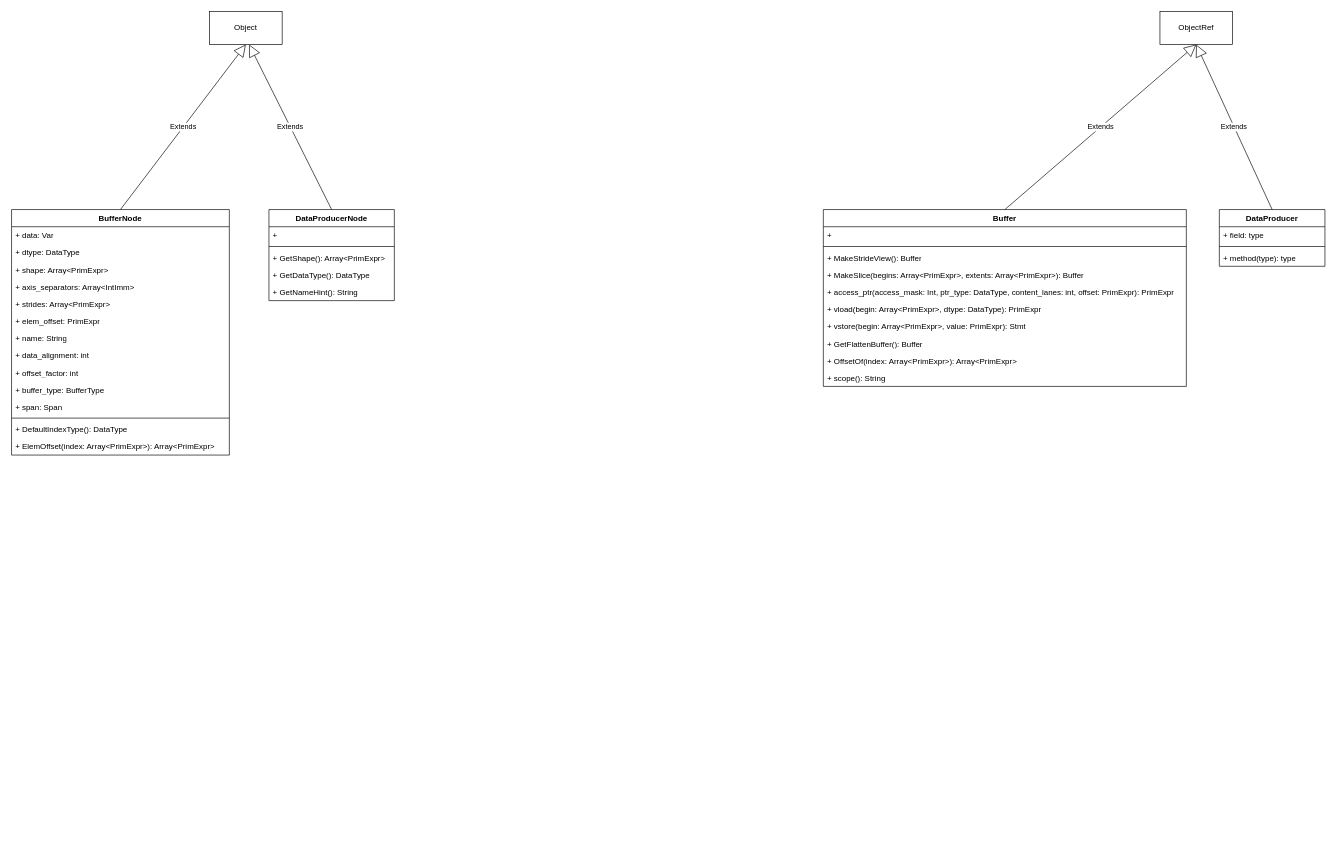
The draw.io diagram page "buffer" (3 of 4) of tir.drawio in gdhzyz/draws, before the edit. Source tidied: cells renumbered, new cells numbered last; positions are measured from the earlier drawing's top-left corner, leaving out a move shared by most shapes. Both pictures are drawn from the tidied source at 66%, with x=0, y=0 at pixel (11, 11).
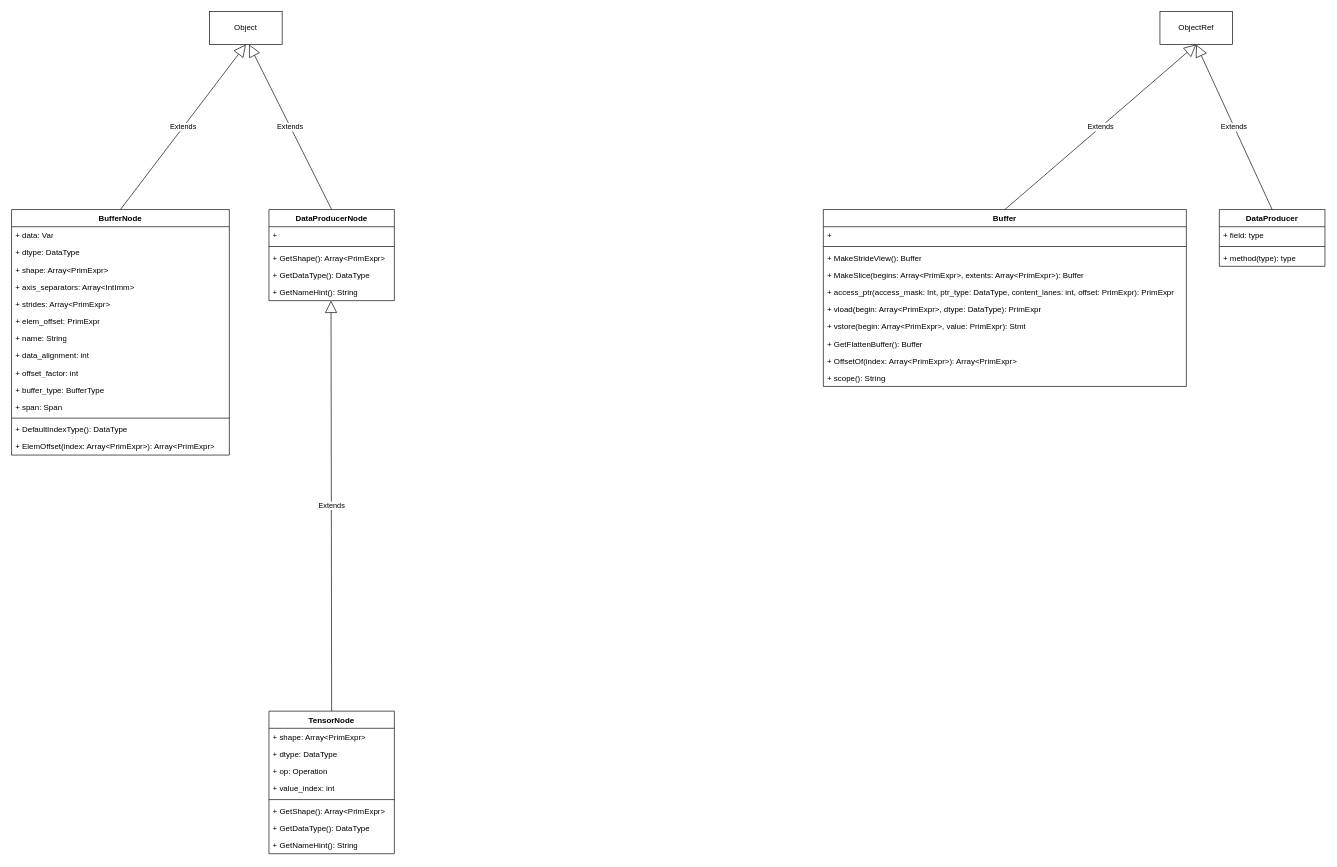
The same page after the edit.

Unchanged cells that the change refers to:
```xml
<mxCell id="35" value="+ GetNameHint(): String" style="text;strokeColor=none;fillColor=none;align=left;verticalAlign=top;spacingLeft=4;spacingRight=4;overflow=hidden;points=[[0,0.5],[1,0.5]];portConstraint=eastwest;whiteSpace=wrap;html=1;" parent="30" vertex="1">
  <mxGeometry y="112" width="190" height="26" as="geometry" />
</mxCell>
```

Change to the diagram source:
```diff
@@
+    <mxCell id="44" value="TensorNode" style="swimlane;fontStyle=1;align=center;verticalAlign=top;horizontal=1;startSize=26;whiteSpace=wrap;html=1;" parent="1" vertex="1">
+      <mxGeometry x="390" y="1060" width="190" height="216" as="geometry" />
+    </mxCell>
+    <mxCell id="45" value="+ shape: Array&amp;lt;PrimExpr&amp;gt;" style="text;strokeColor=none;fillColor=none;align=left;verticalAlign=top;spacingLeft=4;spacingRight=4;overflow=hidden;whiteSpace=wrap;html=1;" parent="44" vertex="1">
+      <mxGeometry y="26" width="190" height="26" as="geometry" />
+    </mxCell>
+    <mxCell id="46" value="+ dtype: DataType" style="text;strokeColor=none;fillColor=none;align=left;verticalAlign=top;spacingLeft=4;spacingRight=4;overflow=hidden;whiteSpace=wrap;html=1;" parent="44" vertex="1">
+      <mxGeometry y="52" width="190" height="26" as="geometry" />
+    </mxCell>
+    <mxCell id="47" value="+ op: Operation" style="text;strokeColor=none;fillColor=none;align=left;verticalAlign=top;spacingLeft=4;spacingRight=4;overflow=hidden;whiteSpace=wrap;html=1;" parent="44" vertex="1">
+      <mxGeometry y="78" width="190" height="26" as="geometry" />
+    </mxCell>
+    <mxCell id="48" value="+ value_index: int" style="text;strokeColor=none;fillColor=none;align=left;verticalAlign=top;spacingLeft=4;spacingRight=4;overflow=hidden;whiteSpace=wrap;html=1;" parent="44" vertex="1">
+      <mxGeometry y="104" width="190" height="26" as="geometry" />
+    </mxCell>
+    <mxCell id="49" style="line;strokeWidth=1;fillColor=none;align=left;verticalAlign=middle;spacingTop=-1;spacingLeft=3;spacingRight=3;labelPosition=right;strokeColor=inherit;" parent="44" vertex="1">
+      <mxGeometry y="130" width="190" height="8" as="geometry" />
+    </mxCell>
+    <mxCell id="50" value="+ GetShape(): Array&amp;lt;PrimExpr&amp;gt;" style="text;strokeColor=none;fillColor=none;align=left;verticalAlign=top;spacingLeft=4;spacingRight=4;overflow=hidden;whiteSpace=wrap;html=1;" parent="44" vertex="1">
+      <mxGeometry y="138" width="190" height="26" as="geometry" />
+    </mxCell>
+    <mxCell id="51" value="+ GetDataType(): DataType" style="text;strokeColor=none;fillColor=none;align=left;verticalAlign=top;spacingLeft=4;spacingRight=4;overflow=hidden;whiteSpace=wrap;html=1;" parent="44" vertex="1">
+      <mxGeometry y="164" width="190" height="26" as="geometry" />
+    </mxCell>
+    <mxCell id="52" value="+ GetNameHint(): String" style="text;strokeColor=none;fillColor=none;align=left;verticalAlign=top;spacingLeft=4;spacingRight=4;overflow=hidden;whiteSpace=wrap;html=1;" parent="44" vertex="1">
+      <mxGeometry y="190" width="190" height="26" as="geometry" />
+    </mxCell>
+    <mxCell id="53" value="Extends" style="endArrow=block;endSize=16;endFill=0;html=1;rounded=0;exitX=0.5;exitY=0;exitDx=0;exitDy=0;entryX=0.495;entryY=1;entryDx=0;entryDy=0;entryPerimeter=0;" parent="1" edge="1" source="44" target="35">
+      <mxGeometry relative="1" as="geometry" />
+    </mxCell>
```
